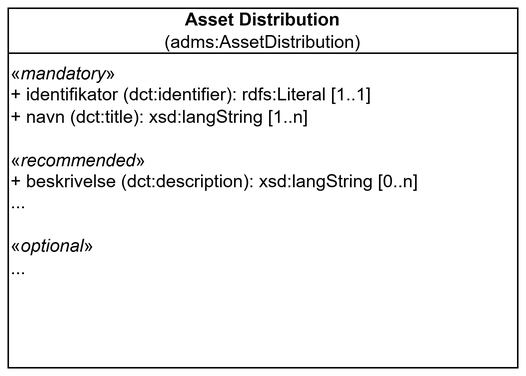
Before: archadms-ap-no/docs/images/KlassenAssetDistribution.png, a diagram exported from draw.io (jimjyang/playground). Source tidied: cells renumbered, new cells last; positions are measured from the earlier drawing's top-left corner, leaving out a move shared by most shapes.
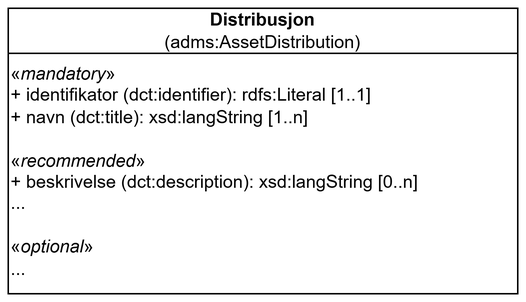
The same file after the commit.

Change to the diagram source:
```diff
@@ -2,11 +2,11 @@
   <root>
     <mxCell id="0" />
     <mxCell id="1" parent="0" />
-    <mxCell id="2" value="Asset Distribution&lt;div&gt;&lt;span style=&quot;font-weight: normal;&quot;&gt;(adms:AssetDistribution)&lt;/span&gt;&lt;/div&gt;" style="swimlane;whiteSpace=wrap;html=1;startSize=30;" parent="1" vertex="1">
-      <mxGeometry width="340" height="240" as="geometry" />
+    <mxCell id="2" value="Distribusjon&lt;div&gt;&lt;span style=&quot;font-weight: normal;&quot;&gt;(adms:AssetDistribution)&lt;/span&gt;&lt;/div&gt;" style="swimlane;whiteSpace=wrap;html=1;startSize=30;" parent="1" vertex="1">
+      <mxGeometry width="340" height="190" as="geometry" />
     </mxCell>
     <mxCell id="3" value="&lt;div&gt;«&lt;i&gt;mandatory&lt;/i&gt;»&lt;/div&gt;&lt;div&gt;+&amp;nbsp;identifikator&amp;nbsp;(dct:identifier): rdfs:Literal [1..1]&lt;/div&gt;&lt;div&gt;+ navn (dct:title): xsd:langString [1..n]&lt;/div&gt;&lt;div&gt;&lt;br&gt;&lt;/div&gt;&lt;div&gt;«&lt;i&gt;recommended&lt;/i&gt;»&lt;/div&gt;&lt;div&gt;+ beskrivelse (dct:description):&amp;nbsp;&lt;span style=&quot;background-color: transparent; color: light-dark(rgb(0, 0, 0), rgb(255, 255, 255));&quot;&gt;xsd:langString [0..n]&lt;/span&gt;&lt;/div&gt;&lt;div&gt;&lt;span style=&quot;background-color: transparent; color: light-dark(rgb(0, 0, 0), rgb(255, 255, 255));&quot;&gt;...&lt;/span&gt;&lt;/div&gt;&lt;div&gt;&lt;br&gt;&lt;/div&gt;&lt;div&gt;«&lt;i&gt;optional&lt;/i&gt;»&lt;/div&gt;&lt;div&gt;&lt;span style=&quot;background-color: transparent; color: light-dark(rgb(0, 0, 0), rgb(255, 255, 255));&quot;&gt;...&lt;/span&gt;&lt;/div&gt;" style="text;html=1;whiteSpace=wrap;strokeColor=none;fillColor=none;align=left;verticalAlign=top;rounded=0;" parent="2" vertex="1">
-      <mxGeometry y="30" width="320" height="190" as="geometry" />
+      <mxGeometry y="30" width="320" height="160" as="geometry" />
     </mxCell>
   </root>
 </mxGraphModel>
```
